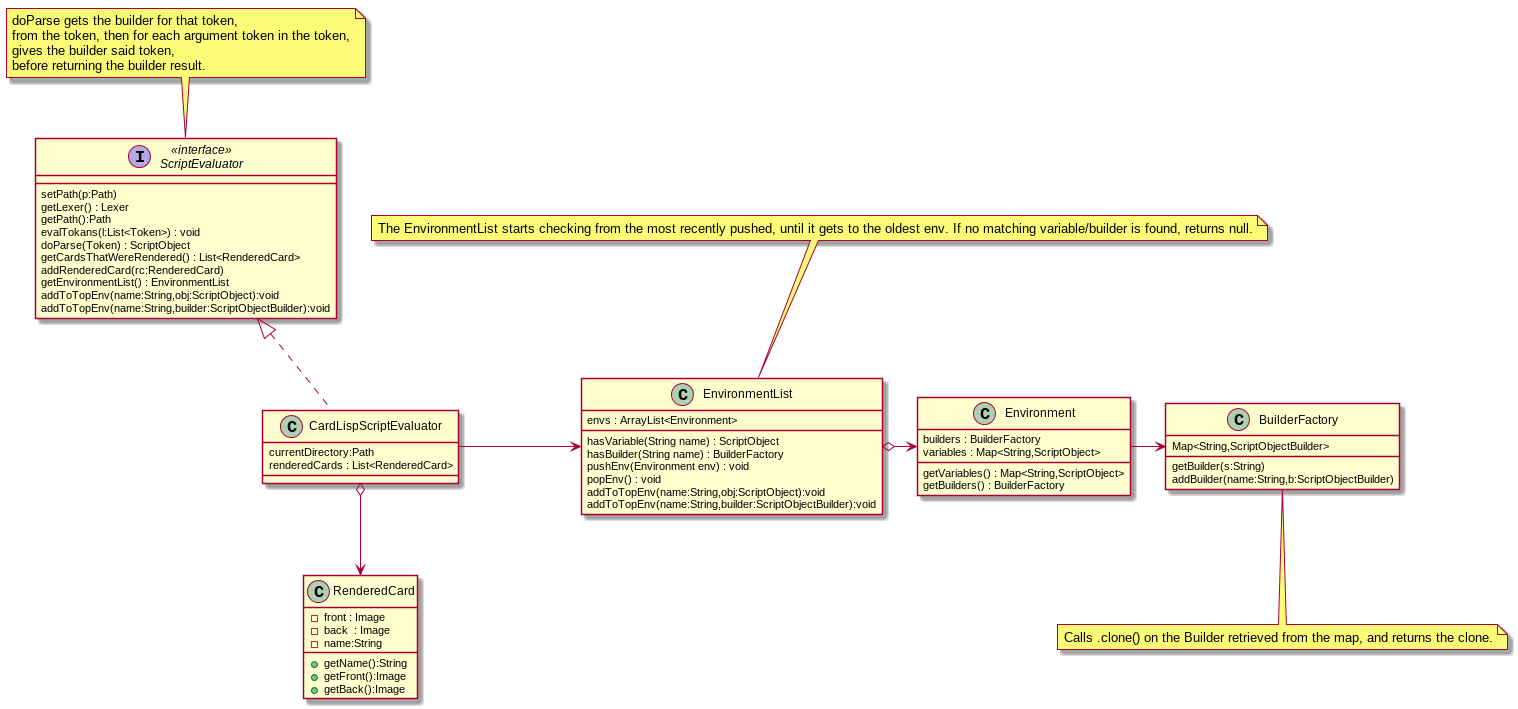
Above: Parsing/ScriptEvaluatorUML.png in MatthewBregg/DesignPatternsRepo (PlantUML), before the change.
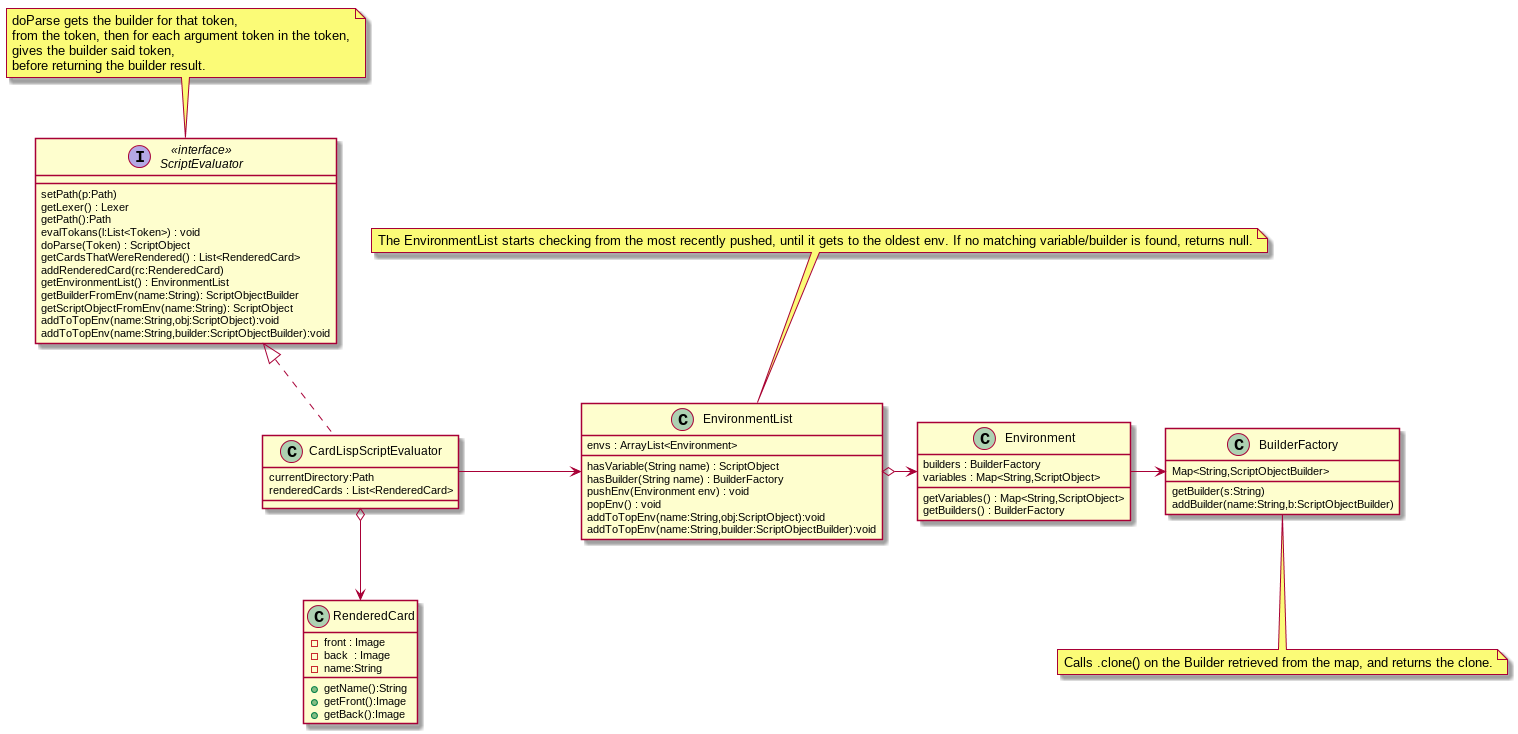
After the change.

Commit message:
Added two methods to ScriptEvaluatorUML

Diff of the diagram source:
```diff
@@ -43,6 +43,8 @@
 ScriptEvaluator : getCardsThatWereRendered() : List<RenderedCard>
 ScriptEvaluator : addRenderedCard(rc:RenderedCard)
 ScriptEvaluator : getEnvironmentList() : EnvironmentList
+ScriptEvaluator : getBuilderFromEnv(name:String): ScriptObjectBuilder
+ScriptEvaluator : getScriptObjectFromEnv(name:String): ScriptObject
 
 ScriptEvaluator : addToTopEnv(name:String,obj:ScriptObject):void
 ScriptEvaluator : addToTopEnv(name:String,builder:ScriptObjectBuilder):void
```
